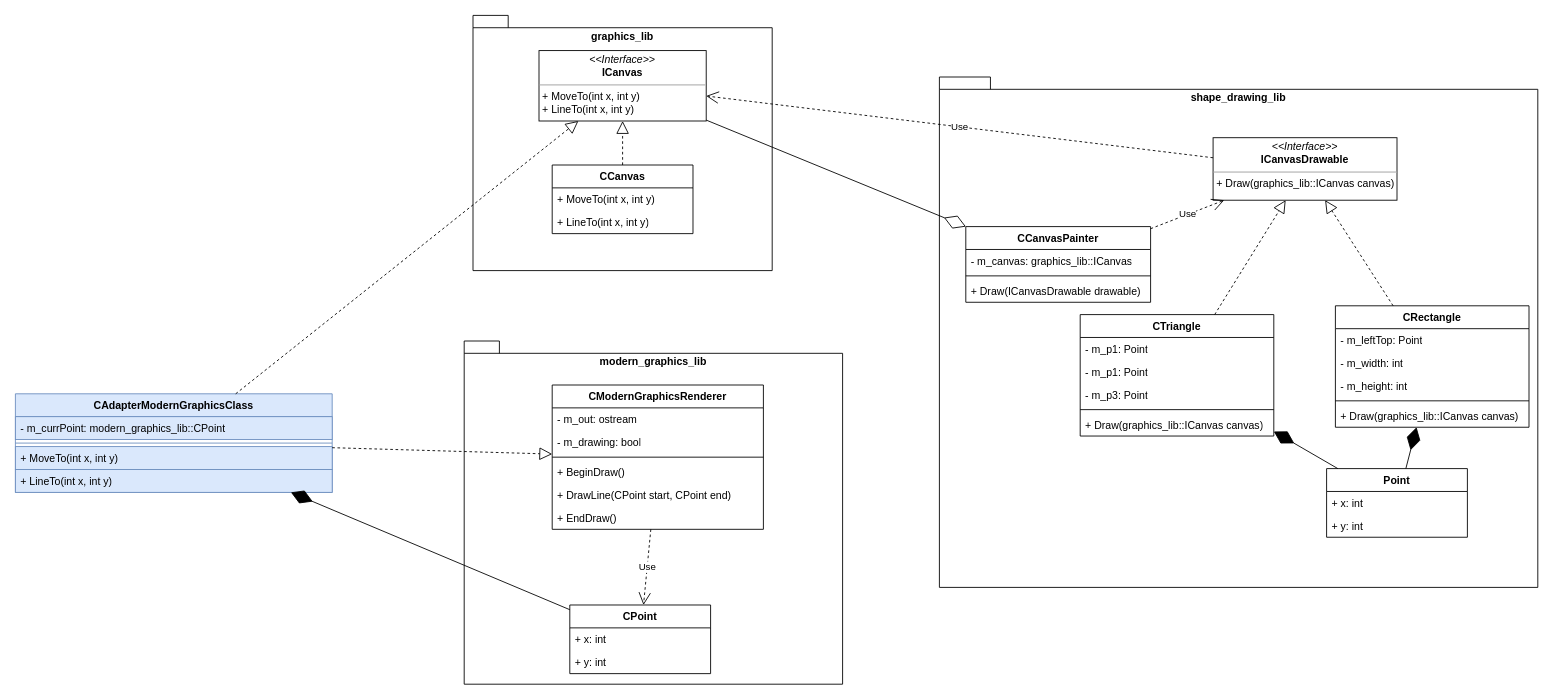
Earlier version of the draw.io diagram lab6/lab6-class-adapter.drawio (amfunNylord/ood). Source tidied: cells renumbered, new cells numbered last; positions are measured from the earlier drawing's top-left corner, leaving out a move shared by most shapes. Both pictures are drawn from the tidied source at 88%, with x=0, y=0 at pixel (15, 15).
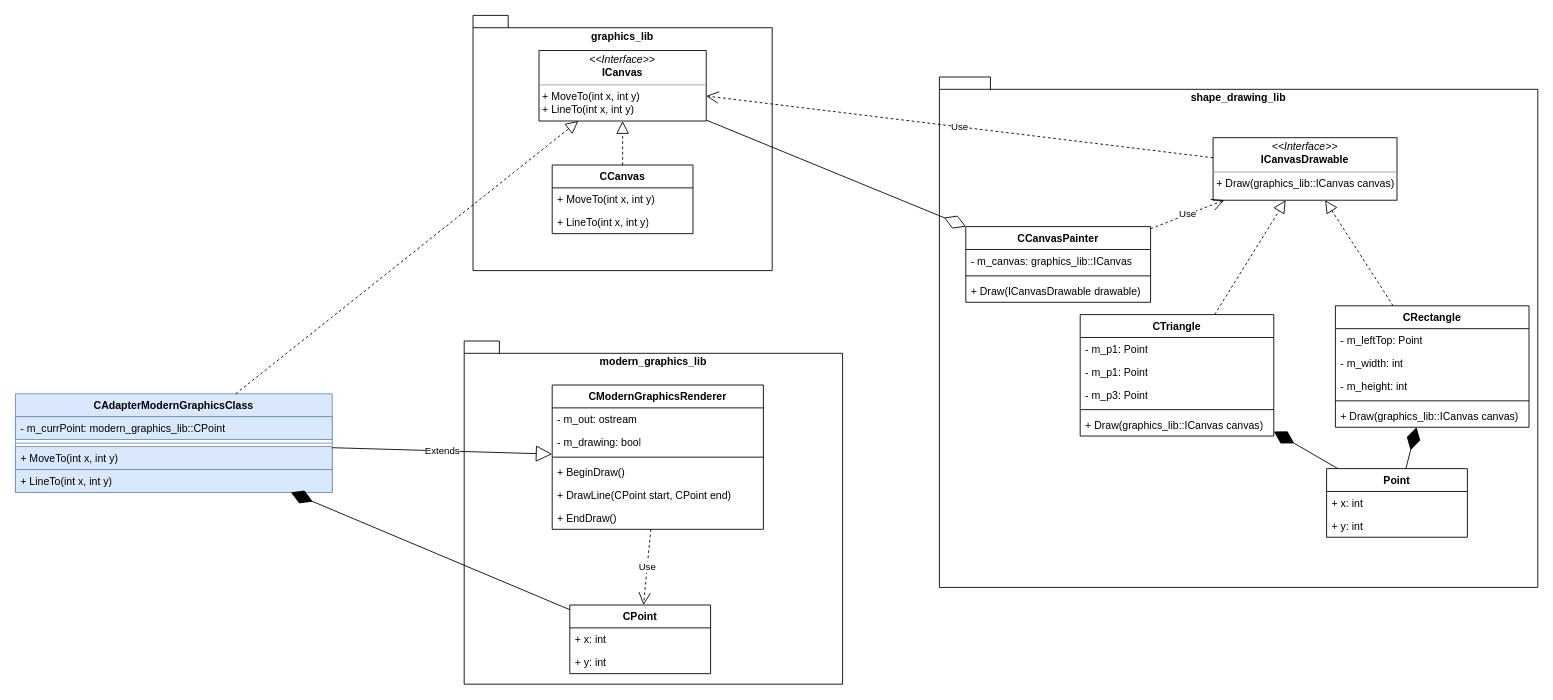
The same page after the edit.

Commit message (it also covers changes not shown here):
lab6: поправил диаграмму классов, добавил замечания

Unchanged cells that the change refers to:
```xml
<mxCell id="12" value="CModernGraphicsRenderer" style="swimlane;fontStyle=1;align=center;verticalAlign=top;horizontal=1;startSize=26;whiteSpace=wrap;html=1;" parent="1" vertex="1">
  <mxGeometry x="610" y="420" width="240" height="164" as="geometry" />
</mxCell>
<mxCell id="42" value="CAdapterModernGraphicsClass" style="swimlane;fontStyle=1;align=center;verticalAlign=top;horizontal=1;startSize=26;whiteSpace=wrap;html=1;fillColor=#dae8fc;strokeColor=#6c8ebf;" parent="1" vertex="1">
  <mxGeometry y="430" width="360" height="112" as="geometry" />
</mxCell>
```

Change to the diagram source:
```diff
@@
-    <mxCell id="55" style="endArrow=block;dashed=1;endFill=0;endSize=12;html=1;rounded=0;" parent="1" edge="1" source="42" target="12">
+    <mxCell id="55" value="Extends" style="endArrow=block;endSize=16;endFill=0;html=1;rounded=0;" parent="1" edge="1" source="42" target="12">
       <mxGeometry relative="1" as="geometry" />
     </mxCell>
```
